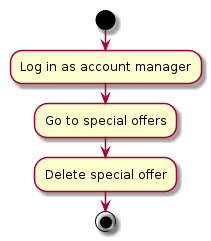
Earlier version of the PlantUML export docs/delete-special-offer.png (tflm91/CRM-System). Source of this version:
```plantuml
@startuml

start
:Log in as account manager;
:Go to special offers;
:Delete special offer;
stop

@enduml
```
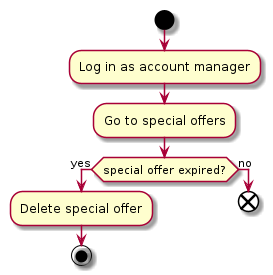
Later version of the same file.

Diff of the diagram source:
```diff
@@ -3,7 +3,11 @@
 start
 :Log in as account manager;
 :Go to special offers;
-:Delete special offer;
-stop
+if(special offer expired?) then (yes)
+    :Delete special offer;
+    stop
+    else (no)
+    end
+endif
 
 @enduml
```
